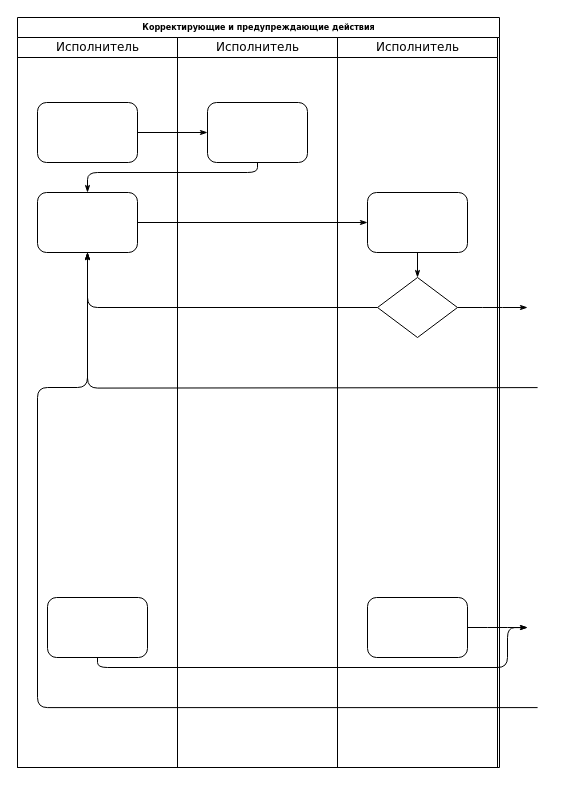
Earlier version of the draw.io diagram Untitled Diagram.drawio (datarasov/rep1). Source tidied: cells renumbered, new cells numbered last; positions are measured from the earlier drawing's top-left corner, leaving out a move shared by most shapes. Both pictures are drawn from the tidied source at 100%, with x=0, y=0 at pixel (17, 17).
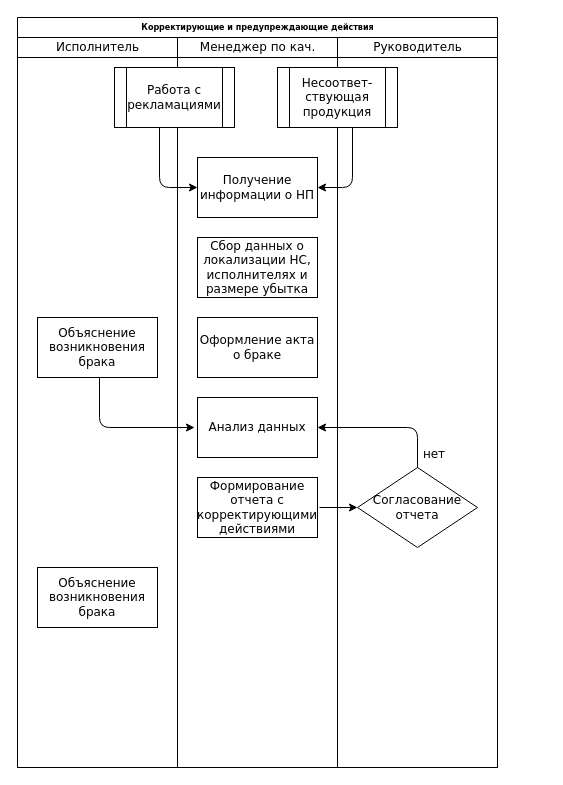
The same page after the edit.

Unchanged cells that the change refers to:
```xml
<mxCell id="3" value="&lt;p&gt;&lt;font face=&quot;Verdana&quot; style=&quot;font-weight: normal&quot;&gt;Исполнитель&lt;/font&gt;&lt;/p&gt;" style="swimlane;html=1;startSize=20;" parent="2" vertex="1">
  <mxGeometry y="20" width="160" height="730" as="geometry" />
</mxCell>
```

What changed in the source:
```diff
@@
     <mxCell id="2" value="Корректирующие и предупреждающие действия" style="swimlane;html=1;startSize=20;rounded=0;shadow=0;labelBackgroundColor=none;strokeWidth=1;fontFamily=Verdana;fontSize=8;align=center;" parent="1" vertex="1">
-      <mxGeometry width="482" height="750" as="geometry" />
+      <mxGeometry width="480" height="750" as="geometry" />
     </mxCell>
@@
-    <mxCell id="4" style="rounded=1;whiteSpace=wrap;html=1;shadow=0;labelBackgroundColor=none;strokeWidth=1;fontFamily=Verdana;fontSize=8;align=center;" parent="3" vertex="1">
-      <mxGeometry x="20" y="65" width="100" height="60" as="geometry" />
-    </mxCell>
-    <mxCell id="5" style="rounded=1;whiteSpace=wrap;html=1;shadow=0;labelBackgroundColor=none;strokeWidth=1;fontFamily=Verdana;fontSize=8;align=center;" parent="3" vertex="1">
-      <mxGeometry x="20" y="155" width="100" height="60" as="geometry" />
-    </mxCell>
-    <mxCell id="6" style="rounded=1;whiteSpace=wrap;html=1;shadow=0;labelBackgroundColor=none;strokeWidth=1;fontFamily=Verdana;fontSize=8;align=center;" parent="3" vertex="1">
-      <mxGeometry x="30" y="560" width="100" height="60" as="geometry" />
-    </mxCell>
-    <mxCell id="7" style="edgeStyle=orthogonalEdgeStyle;rounded=1;html=1;labelBackgroundColor=none;startArrow=none;startFill=0;startSize=5;endArrow=classicThin;endFill=1;endSize=5;jettySize=auto;strokeWidth=1;fontFamily=Verdana;fontSize=8;" parent="2" edge="1" source="4" target="17">
-      <mxGeometry relative="1" as="geometry" />
-    </mxCell>
-    <mxCell id="8" style="edgeStyle=orthogonalEdgeStyle;rounded=1;html=1;labelBackgroundColor=none;startArrow=none;startFill=0;startSize=5;endArrow=classicThin;endFill=1;endSize=5;jettySize=auto;strokeWidth=1;fontFamily=Verdana;fontSize=8;" parent="2" edge="1" source="17" target="5">
-      <mxGeometry relative="1" as="geometry">
-        <Array as="points">
-          <mxPoint x="240" y="155" />
-          <mxPoint x="70" y="155" />
-        </Array>
-      </mxGeometry>
-    </mxCell>
-    <mxCell id="9" style="edgeStyle=orthogonalEdgeStyle;rounded=1;html=1;labelBackgroundColor=none;startArrow=none;startFill=0;startSize=5;endArrow=classicThin;endFill=1;endSize=5;jettySize=auto;strokeWidth=1;fontFamily=Verdana;fontSize=8;" parent="2" edge="1" source="5" target="19">
-      <mxGeometry relative="1" as="geometry" />
-    </mxCell>
-    <mxCell id="10" style="edgeStyle=orthogonalEdgeStyle;rounded=1;html=1;labelBackgroundColor=none;startArrow=none;startFill=0;startSize=5;endArrow=classicThin;endFill=1;endSize=5;jettySize=auto;strokeWidth=1;fontFamily=Verdana;fontSize=8;" parent="2" edge="1" source="20" target="5">
-      <mxGeometry relative="1" as="geometry" />
-    </mxCell>
-    <mxCell id="11" style="edgeStyle=orthogonalEdgeStyle;rounded=1;html=1;labelBackgroundColor=none;startArrow=none;startFill=0;startSize=5;endArrow=classicThin;endFill=1;endSize=5;jettySize=auto;strokeWidth=1;fontFamily=Verdana;fontSize=8;" parent="2" edge="1" target="5">
-      <mxGeometry relative="1" as="geometry">
-        <mxPoint x="520.1" y="370.1" as="sourcePoint" />
-      </mxGeometry>
-    </mxCell>
-    <mxCell id="12" style="edgeStyle=orthogonalEdgeStyle;rounded=1;html=1;labelBackgroundColor=none;startArrow=none;startFill=0;startSize=5;endArrow=classicThin;endFill=1;endSize=5;jettySize=auto;strokeWidth=1;fontFamily=Verdana;fontSize=8;" parent="2" edge="1" target="5">
-      <mxGeometry relative="1" as="geometry">
-        <mxPoint x="520.1" y="690.1" as="sourcePoint" />
-        <Array as="points">
-          <mxPoint x="20" y="690" />
-          <mxPoint x="20" y="370" />
-          <mxPoint x="70" y="370" />
-        </Array>
-      </mxGeometry>
-    </mxCell>
-    <mxCell id="13" style="edgeStyle=orthogonalEdgeStyle;rounded=1;html=1;labelBackgroundColor=none;startArrow=none;startFill=0;startSize=5;endArrow=classicThin;endFill=1;endSize=5;jettySize=auto;strokeWidth=1;fontFamily=Verdana;fontSize=8;" parent="2" edge="1" source="20">
-      <mxGeometry relative="1" as="geometry">
-        <mxPoint x="510" y="290" as="targetPoint" />
-      </mxGeometry>
-    </mxCell>
-    <mxCell id="14" style="edgeStyle=orthogonalEdgeStyle;rounded=1;html=1;labelBackgroundColor=none;startArrow=none;startFill=0;startSize=5;endArrow=classicThin;endFill=1;endSize=5;jettySize=auto;strokeWidth=1;fontFamily=Verdana;fontSize=8;" parent="2" edge="1" source="6">
-      <mxGeometry relative="1" as="geometry">
-        <mxPoint x="510" y="610.1" as="targetPoint" />
-        <Array as="points">
-          <mxPoint x="80" y="650" />
-          <mxPoint x="490" y="650" />
-          <mxPoint x="490" y="610" />
-        </Array>
-      </mxGeometry>
-    </mxCell>
-    <mxCell id="15" style="edgeStyle=orthogonalEdgeStyle;rounded=1;html=1;labelBackgroundColor=none;startArrow=none;startFill=0;startSize=5;endArrow=classicThin;endFill=1;endSize=5;jettySize=auto;strokeWidth=1;fontFamily=Verdana;fontSize=8;" parent="2" edge="1" source="21">
-      <mxGeometry relative="1" as="geometry">
-        <mxPoint x="510" y="610" as="targetPoint" />
-      </mxGeometry>
-    </mxCell>
+    <mxCell id="23" value="&lt;font face=&quot;Verdana&quot;&gt;Объяснение возникновения брака&lt;/font&gt;" style="rounded=0;whiteSpace=wrap;html=1;" parent="3" vertex="1">
+      <mxGeometry x="20" y="280" width="120" height="60" as="geometry" />
+    </mxCell>
+    <mxCell id="24" style="endArrow=classic;html=1;" parent="3" edge="1">
+      <mxGeometry relative="1" as="geometry">
+        <mxPoint x="82" y="340" as="sourcePoint" />
+        <mxPoint x="177" y="390" as="targetPoint" />
+        <Array as="points">
+          <mxPoint x="82" y="390" />
+        </Array>
+      </mxGeometry>
+    </mxCell>
+    <mxCell id="25" value="&lt;font face=&quot;Verdana&quot;&gt;Объяснение возникновения брака&lt;/font&gt;" style="rounded=0;whiteSpace=wrap;html=1;" parent="3" vertex="1">
+      <mxGeometry x="20" y="530" width="120" height="60" as="geometry" />
+    </mxCell>
-    <mxCell id="16" value="&lt;span style=&quot;font-family: &amp;#34;verdana&amp;#34; ; font-weight: 400&quot;&gt;Исполнитель&lt;/span&gt;" style="swimlane;html=1;startSize=20;" parent="2" vertex="1">
+    <mxCell id="16" value="&lt;span style=&quot;font-family: &amp;#34;verdana&amp;#34; ; font-weight: 400&quot;&gt;Менеджер по кач.&lt;/span&gt;" style="swimlane;html=1;startSize=20;" parent="2" vertex="1">
       <mxGeometry x="160" y="20" width="160" height="730" as="geometry" />
     </mxCell>
-    <mxCell id="17" style="rounded=1;whiteSpace=wrap;html=1;shadow=0;labelBackgroundColor=none;strokeWidth=1;fontFamily=Verdana;fontSize=8;align=center;" parent="16" vertex="1">
-      <mxGeometry x="30" y="65" width="100" height="60" as="geometry" />
-    </mxCell>
+    <mxCell id="26" value="&lt;p&gt;&lt;font face=&quot;Verdana&quot;&gt;Получение информации о НП&lt;/font&gt;&lt;/p&gt;" style="rounded=0;whiteSpace=wrap;html=1;" parent="16" vertex="1">
+      <mxGeometry x="20" y="120" width="120" height="60" as="geometry" />
+    </mxCell>
+    <mxCell id="27" value="&lt;font face=&quot;Verdana&quot;&gt;Сбор данных о локализации НС, исполнителях и размере убытка&lt;/font&gt;" style="rounded=0;whiteSpace=wrap;html=1;" parent="16" vertex="1">
+      <mxGeometry x="20" y="200" width="120" height="60" as="geometry" />
+    </mxCell>
+    <mxCell id="28" value="&lt;font face=&quot;Verdana&quot;&gt;Оформление акта о браке&lt;/font&gt;" style="rounded=0;whiteSpace=wrap;html=1;" parent="16" vertex="1">
+      <mxGeometry x="20" y="280" width="120" height="60" as="geometry" />
+    </mxCell>
+    <mxCell id="29" value="&lt;font face=&quot;Verdana&quot;&gt;Анализ данных&lt;/font&gt;" style="rounded=0;whiteSpace=wrap;html=1;" parent="16" vertex="1">
+      <mxGeometry x="20" y="360" width="120" height="60" as="geometry" />
+    </mxCell>
+    <mxCell id="30" value="&lt;font face=&quot;Verdana&quot;&gt;Формирование отчета с корректирующими действиями&lt;/font&gt;" style="rounded=0;whiteSpace=wrap;html=1;" parent="16" vertex="1">
+      <mxGeometry x="20" y="440" width="120" height="60" as="geometry" />
+    </mxCell>
-    <mxCell id="18" value="&lt;span style=&quot;font-family: &amp;#34;verdana&amp;#34; ; font-weight: 400&quot;&gt;Исполнитель&lt;/span&gt;" style="swimlane;html=1;startSize=20;" parent="2" vertex="1">
+    <mxCell id="18" value="&lt;span style=&quot;font-family: &amp;#34;verdana&amp;#34; ; font-weight: 400&quot;&gt;Руководитель&lt;/span&gt;" style="swimlane;html=1;startSize=20;" parent="2" vertex="1">
       <mxGeometry x="320" y="20" width="160" height="730" as="geometry" />
     </mxCell>
-    <mxCell id="19" style="rounded=1;whiteSpace=wrap;html=1;shadow=0;labelBackgroundColor=none;strokeWidth=1;fontFamily=Verdana;fontSize=8;align=center;" parent="18" vertex="1">
-      <mxGeometry x="30" y="155" width="100" height="60" as="geometry" />
-    </mxCell>
-    <mxCell id="20" style="rhombus;whiteSpace=wrap;html=1;rounded=0;shadow=0;labelBackgroundColor=none;strokeWidth=1;fontFamily=Verdana;fontSize=8;align=center;" parent="18" vertex="1">
-      <mxGeometry x="40" y="240" width="80" height="60" as="geometry" />
-    </mxCell>
-    <mxCell id="21" style="rounded=1;whiteSpace=wrap;html=1;shadow=0;labelBackgroundColor=none;strokeWidth=1;fontFamily=Verdana;fontSize=8;align=center;" parent="18" vertex="1">
-      <mxGeometry x="30" y="560" width="100" height="60" as="geometry" />
-    </mxCell>
-    <mxCell id="22" style="edgeStyle=orthogonalEdgeStyle;rounded=1;html=1;labelBackgroundColor=none;startArrow=none;startFill=0;startSize=5;endArrow=classicThin;endFill=1;endSize=5;jettySize=auto;strokeWidth=1;fontFamily=Verdana;fontSize=8;" parent="18" edge="1" source="19" target="20">
-      <mxGeometry relative="1" as="geometry" />
-    </mxCell>
+    <mxCell id="31" value="&lt;font face=&quot;Verdana&quot;&gt;Несоответ-ствующая продукция&lt;/font&gt;" style="shape=process;whiteSpace=wrap;html=1;backgroundOutline=1;" parent="18" vertex="1">
+      <mxGeometry x="-60" y="30" width="120" height="60" as="geometry" />
+    </mxCell>
+    <mxCell id="32" style="endArrow=classic;html=1;rounded=1;entryX=1;entryY=0.5;entryDx=0;entryDy=0;" parent="18" edge="1" target="26">
+      <mxGeometry relative="1" as="geometry">
+        <mxPoint x="15" y="90" as="sourcePoint" />
+        <Array as="points">
+          <mxPoint x="15" y="150" />
+        </Array>
+      </mxGeometry>
+    </mxCell>
+    <mxCell id="33" style="endArrow=classic;html=1;entryX=0;entryY=0.5;entryDx=0;entryDy=0;" parent="18" edge="1" target="34">
+      <mxGeometry relative="1" as="geometry">
+        <mxPoint x="-18" y="470" as="sourcePoint" />
+      </mxGeometry>
+    </mxCell>
+    <mxCell id="34" value="&lt;font face=&quot;Verdana&quot;&gt;Согласование отчета&lt;/font&gt;" style="rhombus;whiteSpace=wrap;html=1;" parent="18" vertex="1">
+      <mxGeometry x="20" y="430" width="120" height="80" as="geometry" />
+    </mxCell>
+    <mxCell id="35" value="&lt;font face=&quot;Verdana&quot;&gt;нет&lt;/font&gt;" style="text;html=1;strokeColor=none;fillColor=none;align=center;verticalAlign=middle;whiteSpace=wrap;rounded=0;" parent="18" vertex="1">
+      <mxGeometry x="77" y="407" width="40" height="20" as="geometry" />
+    </mxCell>
+    <mxCell id="36" style="endArrow=classic;html=1;exitX=0.5;exitY=0;exitDx=0;exitDy=0;entryX=1;entryY=0.5;entryDx=0;entryDy=0;" parent="2" edge="1" source="34" target="29">
+      <mxGeometry relative="1" as="geometry">
+        <Array as="points">
+          <mxPoint x="400" y="410" />
+        </Array>
+      </mxGeometry>
+    </mxCell>
+    <mxCell id="37" value="&lt;font face=&quot;Verdana&quot;&gt;Работа с рекламациями&lt;/font&gt;" style="shape=process;whiteSpace=wrap;html=1;backgroundOutline=1;" parent="1" vertex="1">
+      <mxGeometry x="97" y="50" width="120" height="60" as="geometry" />
+    </mxCell>
+    <mxCell id="38" style="endArrow=classic;html=1;entryX=0;entryY=0.5;entryDx=0;entryDy=0;" parent="1" edge="1" target="26">
+      <mxGeometry relative="1" as="geometry">
+        <mxPoint x="142" y="110" as="sourcePoint" />
+        <Array as="points">
+          <mxPoint x="142" y="170" />
+        </Array>
+      </mxGeometry>
+    </mxCell>
```
